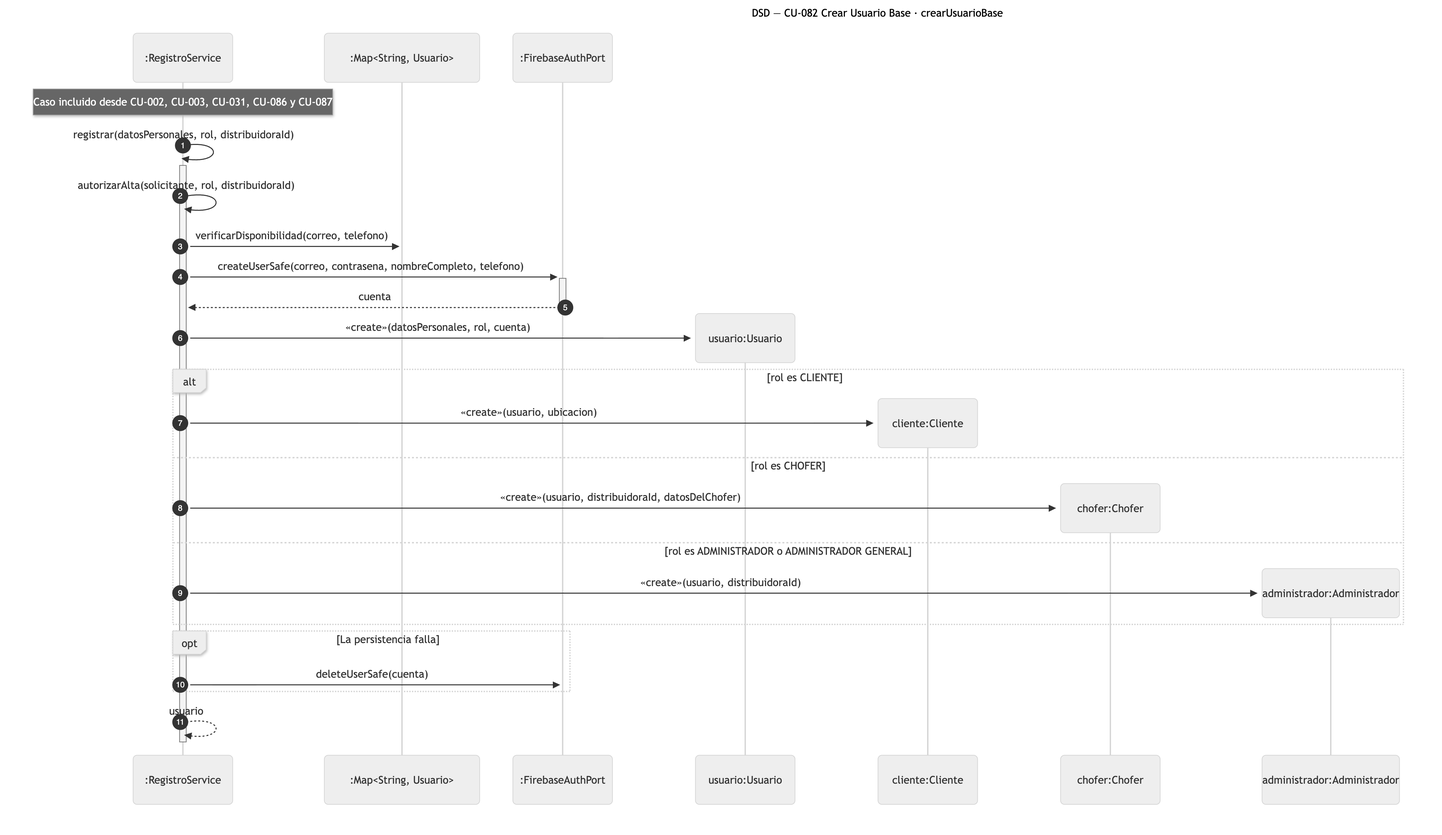
This is diagramas/png/DSD_CU-082_crearUsuarioBase.png from Nahuelito-Dev/splg-docs, a Mermaid export, as it was before one commit. Its source is kept beside it as diagramas/DSD_CU-082_crearUsuarioBase.mmd. Source of this version:
```mermaid
sequenceDiagram
    title DSD — CU-082 Crear Usuario Base · crearUsuarioBase
    autonumber
    participant SRV as :RegistroService
    participant COL as :Map#lt;String, Usuario#gt;
    participant FBA as :FirebaseAuthPort

    Note over SRV: Caso incluido desde CU-002, CU-003, CU-031, CU-086 y CU-087
    SRV->>+SRV: registrar(datosPersonales, rol, distribuidoraId)
    SRV->>SRV: autorizarAlta(solicitante, rol, distribuidoraId)
    SRV->>COL: verificarDisponibilidad(correo, telefono)
    SRV->>+FBA: createUserSafe(correo, contrasena, nombreCompleto, telefono)
    FBA-->>-SRV: cuenta
    create participant USR as usuario:Usuario
    SRV->>USR: «create»(datosPersonales, rol, cuenta)
    alt rol es CLIENTE
        create participant CLI as cliente:Cliente
        SRV->>CLI: «create»(usuario, ubicacion)
    else rol es CHOFER
        create participant CHO as chofer:Chofer
        SRV->>CHO: «create»(usuario, distribuidoraId, datosDelChofer)
    else rol es ADMINISTRADOR o ADMINISTRADOR GENERAL
        create participant ADMI as administrador:Administrador
        SRV->>ADMI: «create»(usuario, distribuidoraId)
    end
    opt La persistencia falla
        SRV->>FBA: deleteUserSafe(cuenta)
    end
    SRV-->>-SRV: usuario
```
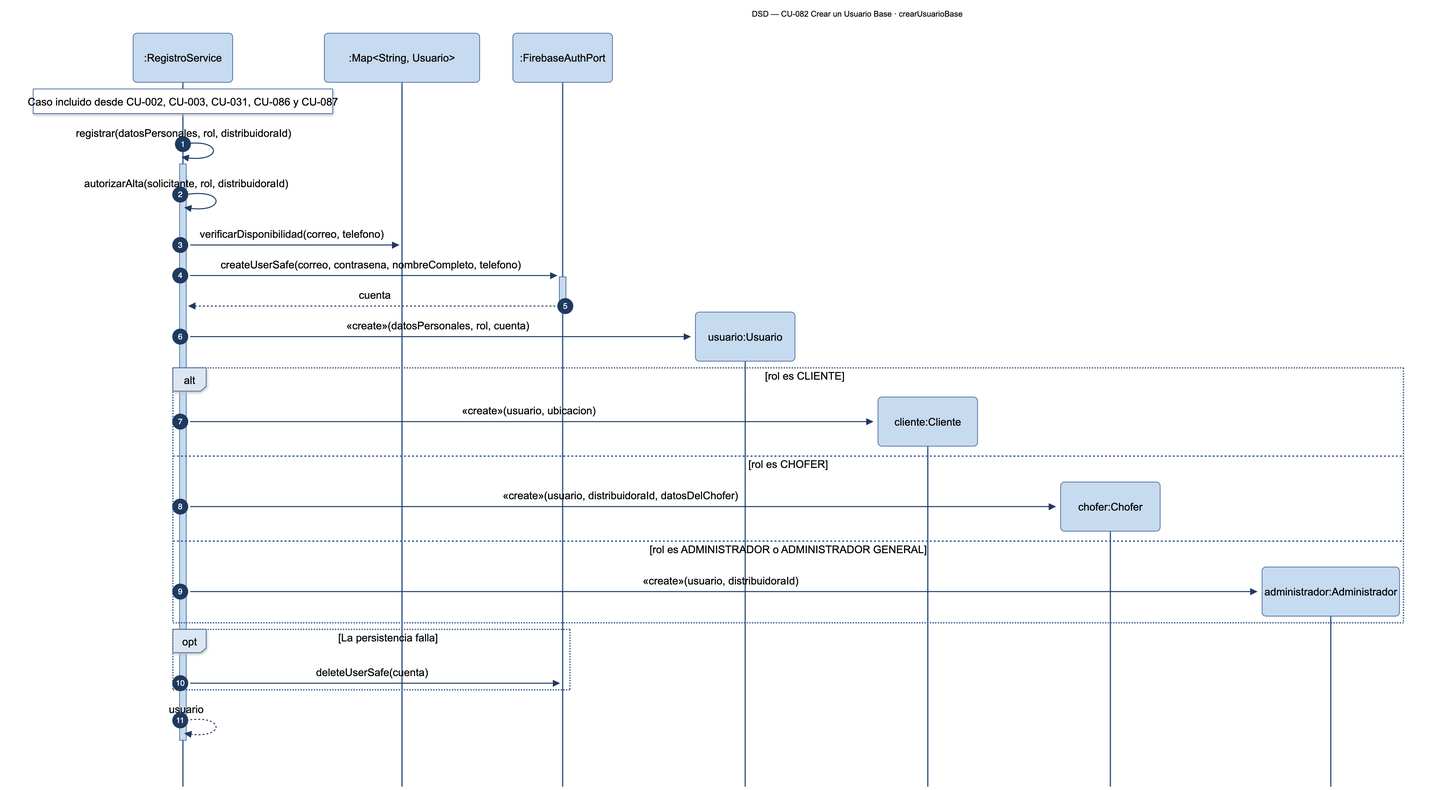
After the change.

Diff of the diagram source:
```diff
@@ -1,5 +1,5 @@
 sequenceDiagram
-    title DSD — CU-082 Crear Usuario Base · crearUsuarioBase
+    title DSD — CU-082 Crear un Usuario Base · crearUsuarioBase
     autonumber
     participant SRV as :RegistroService
     participant COL as :Map#lt;String, Usuario#gt;
```
